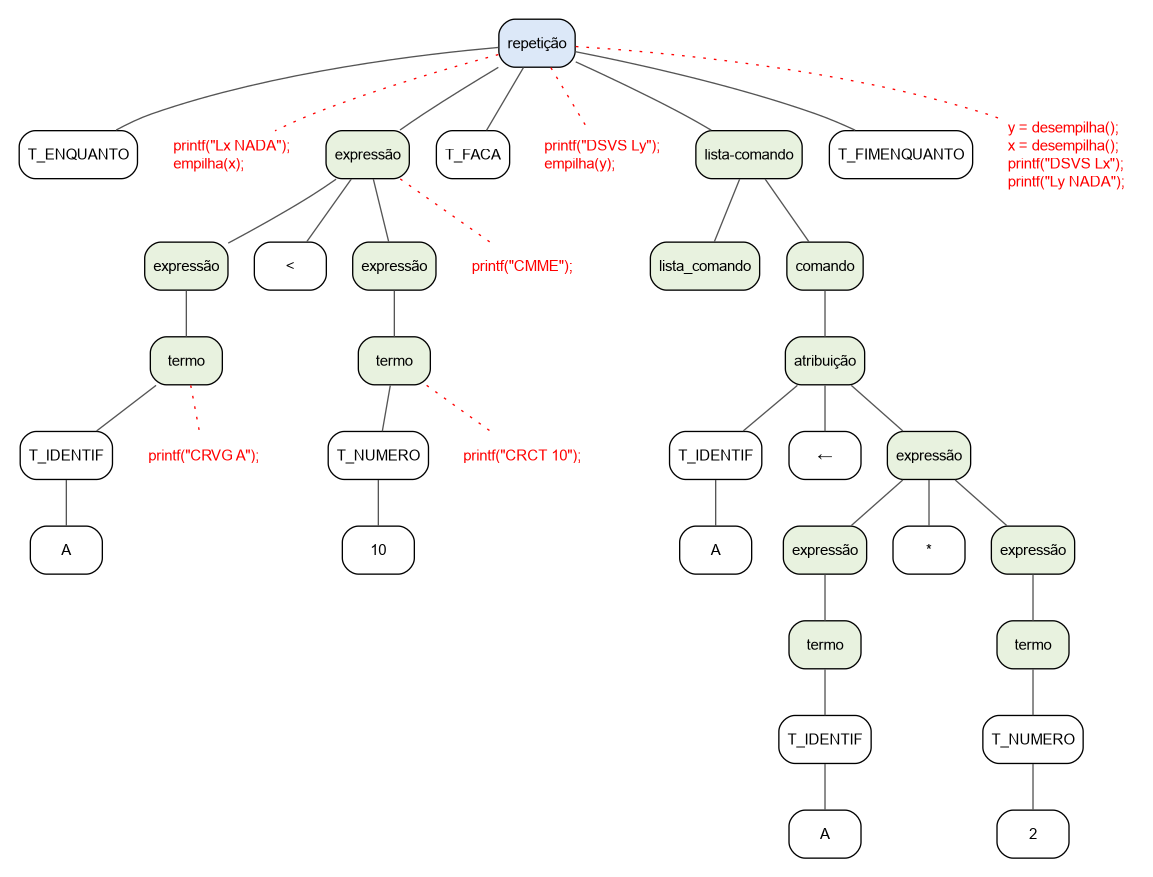
Before: chapters/images/arvore-repeticao.png, a diagram exported from Graphviz (luizedsilva/Livro-LTC). Its source is kept beside it as chapters/images/ilustra-dot/arvore-repeticao.dot.
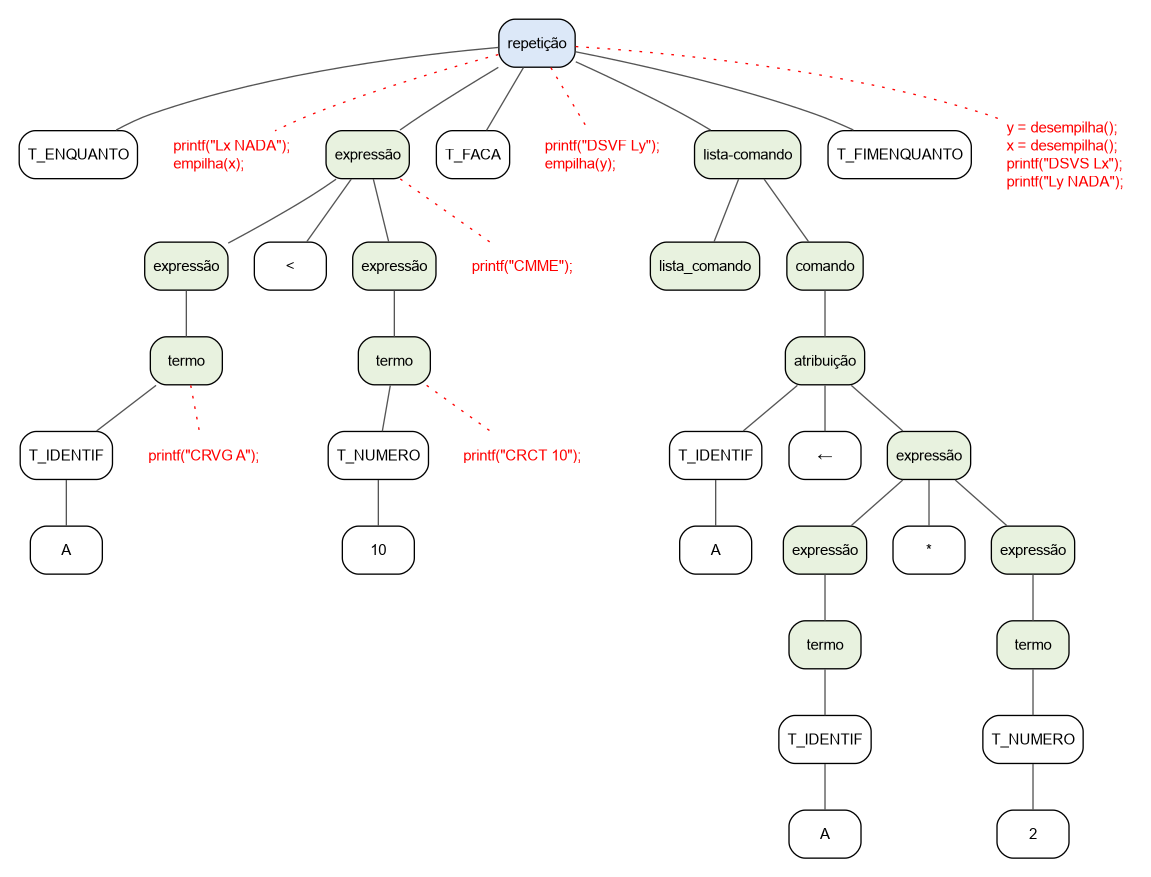
After the change.

The edit, as a diff of the source:
```diff
@@ -19,7 +19,7 @@
     expressao [label="expressão", style="rounded,filled", fillcolor="#e8f2df"];
     t_faca [label="T_FACA"];
 
-    acao2 [label="printf(\"DSVS Ly\");\lempilha(y);\l",shape=plaintext, fontcolor=red];
+    acao2 [label="printf(\"DSVF Ly\");\lempilha(y);\l",shape=plaintext, fontcolor=red];
 
     lista [label="lista-comando", style="rounded,filled", fillcolor="#e8f2df"];
     t_fimenquanto [label="T_FIMENQUANTO"];
```
